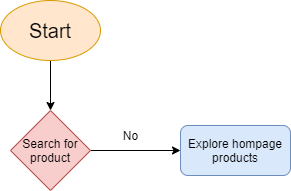
Above: part2/part2.drawio.png in RLinter/wi21-cse110-lab4 (draw.io), before the change. Source tidied: cells renumbered, new cells last; positions are measured from the earlier drawing's top-left corner, leaving out a move shared by most shapes. Its diagram source:
```xml
<mxGraphModel>
  <root>
    <mxCell id="0" />
    <mxCell id="1" parent="0" />
    <mxCell id="2" style="edgeStyle=orthogonalEdgeStyle;rounded=0;jettySize=auto;html=1;exitX=0.5;exitY=1;exitDx=0;exitDy=0;entryX=0.5;entryY=0;entryDx=0;entryDy=0;fontSize=12;fontColor=#000000;" parent="1" edge="1" source="3" target="5">
      <mxGeometry relative="1" as="geometry" />
    </mxCell>
    <mxCell id="3" value="&lt;font style=&quot;font-size: 20px;&quot;&gt;Start&lt;/font&gt;" style="ellipse;whiteSpace=wrap;html=1;fontSize=20;fillColor=#ffe6cc;strokeColor=#d79b00;fontColor=#000000;" parent="1" vertex="1">
      <mxGeometry width="100" height="60" as="geometry" />
    </mxCell>
    <mxCell id="4" style="edgeStyle=orthogonalEdgeStyle;rounded=0;jettySize=auto;html=1;exitX=1;exitY=0.5;exitDx=0;exitDy=0;fontSize=12;fontColor=#000000;" parent="1" edge="1" source="5" target="6">
      <mxGeometry relative="1" as="geometry" />
    </mxCell>
    <mxCell id="5" value="Search for product" style="rhombus;whiteSpace=wrap;html=1;fontSize=12;fillColor=#f8cecc;strokeColor=#b85450;fontColor=#000000;" parent="1" vertex="1">
      <mxGeometry x="10" y="110" width="80" height="80" as="geometry" />
    </mxCell>
    <mxCell id="6" value="Explore hompage products" style="rounded=1;whiteSpace=wrap;html=1;fontSize=12;fillColor=#dae8fc;strokeColor=#6c8ebf;fontColor=#000000;" parent="1" vertex="1">
      <mxGeometry x="180" y="125" width="110" height="50" as="geometry" />
    </mxCell>
    <mxCell id="7" value="No" style="text;html=1;align=center;verticalAlign=middle;fillColor=none;strokeColor=none;rounded=0;fontSize=12;fontColor=#000000;" parent="1" vertex="1">
      <mxGeometry x="115" y="125" width="30" height="20" as="geometry" />
    </mxCell>
  </root>
</mxGraphModel>
```
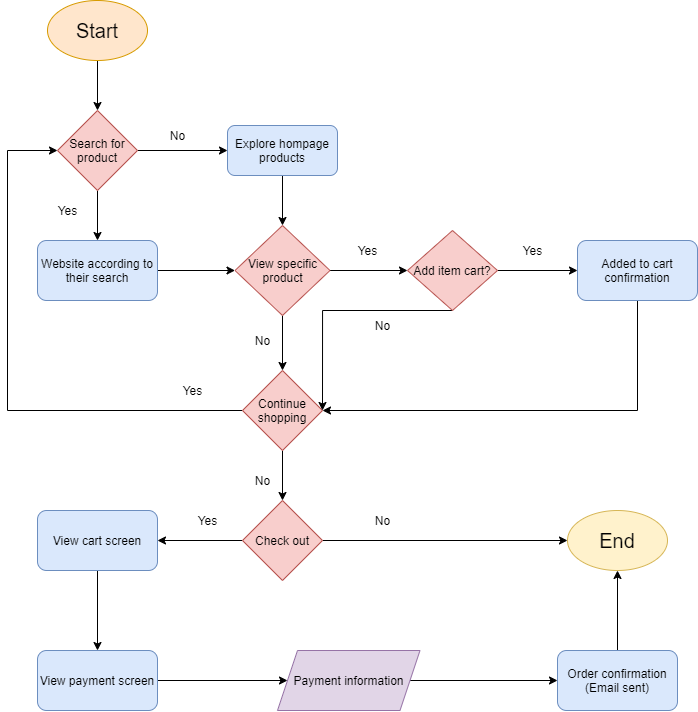
Above is the later version.

Commit message:
Finish Part 2

Change to the diagram source:
```diff
@@ -11,14 +11,131 @@
     <mxCell id="4" style="edgeStyle=orthogonalEdgeStyle;rounded=0;jettySize=auto;html=1;exitX=1;exitY=0.5;exitDx=0;exitDy=0;fontSize=12;fontColor=#000000;" parent="1" edge="1" source="5" target="6">
       <mxGeometry relative="1" as="geometry" />
     </mxCell>
+    <mxCell id="8" style="edgeStyle=orthogonalEdgeStyle;rounded=0;jettySize=auto;html=1;exitX=0.5;exitY=1;exitDx=0;exitDy=0;entryX=0.5;entryY=0;entryDx=0;entryDy=0;fontSize=12;fontColor=#000000;" parent="1" edge="1" source="5" target="11">
+      <mxGeometry relative="1" as="geometry" />
+    </mxCell>
     <mxCell id="5" value="Search for product" style="rhombus;whiteSpace=wrap;html=1;fontSize=12;fillColor=#f8cecc;strokeColor=#b85450;fontColor=#000000;" parent="1" vertex="1">
       <mxGeometry x="10" y="110" width="80" height="80" as="geometry" />
     </mxCell>
+    <mxCell id="9" style="edgeStyle=orthogonalEdgeStyle;rounded=0;jettySize=auto;html=1;exitX=0.5;exitY=1;exitDx=0;exitDy=0;entryX=0.5;entryY=0;entryDx=0;entryDy=0;fontSize=12;fontColor=#000000;" parent="1" edge="1" source="6" target="15">
+      <mxGeometry relative="1" as="geometry" />
+    </mxCell>
     <mxCell id="6" value="Explore hompage products" style="rounded=1;whiteSpace=wrap;html=1;fontSize=12;fillColor=#dae8fc;strokeColor=#6c8ebf;fontColor=#000000;" parent="1" vertex="1">
       <mxGeometry x="180" y="125" width="110" height="50" as="geometry" />
     </mxCell>
     <mxCell id="7" value="No" style="text;html=1;align=center;verticalAlign=middle;fillColor=none;strokeColor=none;rounded=0;fontSize=12;fontColor=#000000;" parent="1" vertex="1">
       <mxGeometry x="115" y="125" width="30" height="20" as="geometry" />
     </mxCell>
+    <mxCell id="10" style="edgeStyle=orthogonalEdgeStyle;rounded=0;jettySize=auto;html=1;exitX=1;exitY=0.5;exitDx=0;exitDy=0;entryX=0;entryY=0.5;entryDx=0;entryDy=0;fontSize=12;fontColor=#000000;" parent="1" edge="1" source="11" target="15">
+      <mxGeometry relative="1" as="geometry" />
+    </mxCell>
+    <mxCell id="11" value="Website according to their search" style="rounded=1;whiteSpace=wrap;html=1;fontSize=12;fillColor=#dae8fc;strokeColor=#6c8ebf;fontColor=#000000;" parent="1" vertex="1">
+      <mxGeometry x="-10" y="240" width="120" height="60" as="geometry" />
+    </mxCell>
+    <mxCell id="12" value="Yes" style="text;html=1;align=center;verticalAlign=middle;fillColor=none;strokeColor=none;rounded=0;fontSize=12;fontColor=#000000;" parent="1" vertex="1">
+      <mxGeometry x="5" y="200" width="30" height="20" as="geometry" />
+    </mxCell>
+    <mxCell id="13" style="edgeStyle=orthogonalEdgeStyle;rounded=0;jettySize=auto;html=1;exitX=0.5;exitY=1;exitDx=0;exitDy=0;entryX=0.5;entryY=0;entryDx=0;entryDy=0;fontSize=12;fontColor=#000000;" parent="1" edge="1" source="15" target="18">
+      <mxGeometry relative="1" as="geometry" />
+    </mxCell>
+    <mxCell id="14" style="edgeStyle=orthogonalEdgeStyle;rounded=0;jettySize=auto;html=1;exitX=1;exitY=0.5;exitDx=0;exitDy=0;entryX=0;entryY=0.5;entryDx=0;entryDy=0;fontSize=12;fontColor=#000000;" parent="1" edge="1" source="15" target="22">
+      <mxGeometry relative="1" as="geometry" />
+    </mxCell>
+    <mxCell id="15" value="View specific product" style="rhombus;whiteSpace=wrap;html=1;fontSize=12;fillColor=#f8cecc;strokeColor=#b85450;fontColor=#000000;" parent="1" vertex="1">
+      <mxGeometry x="187.5" y="225" width="95" height="90" as="geometry" />
+    </mxCell>
+    <mxCell id="16" style="edgeStyle=orthogonalEdgeStyle;rounded=0;jettySize=auto;html=1;exitX=0.5;exitY=1;exitDx=0;exitDy=0;entryX=0.5;entryY=0;entryDx=0;entryDy=0;fontSize=12;fontColor=#000000;" parent="1" edge="1" source="18" target="30">
+      <mxGeometry relative="1" as="geometry" />
+    </mxCell>
+    <mxCell id="17" style="edgeStyle=orthogonalEdgeStyle;rounded=0;jettySize=auto;html=1;exitX=0;exitY=0.5;exitDx=0;exitDy=0;entryX=0;entryY=0.5;entryDx=0;entryDy=0;fontSize=12;fontColor=#000000;" parent="1" edge="1" source="18" target="5">
+      <mxGeometry relative="1" as="geometry">
+        <Array as="points">
+          <mxPoint x="-40" y="410" />
+          <mxPoint x="-40" y="150" />
+        </Array>
+      </mxGeometry>
+    </mxCell>
+    <mxCell id="18" value="Continue shopping" style="rhombus;whiteSpace=wrap;html=1;fontSize=12;fillColor=#f8cecc;strokeColor=#b85450;fontColor=#000000;" parent="1" vertex="1">
+      <mxGeometry x="195" y="370" width="80" height="80" as="geometry" />
+    </mxCell>
+    <mxCell id="19" value="No" style="text;html=1;align=center;verticalAlign=middle;fillColor=none;strokeColor=none;rounded=0;fontSize=12;fontColor=#000000;" parent="1" vertex="1">
+      <mxGeometry x="200" y="330" width="30" height="20" as="geometry" />
+    </mxCell>
+    <mxCell id="20" style="edgeStyle=orthogonalEdgeStyle;rounded=0;jettySize=auto;html=1;exitX=1;exitY=0.5;exitDx=0;exitDy=0;entryX=0;entryY=0.5;entryDx=0;entryDy=0;fontSize=12;fontColor=#000000;" parent="1" edge="1" source="22" target="26">
+      <mxGeometry relative="1" as="geometry" />
+    </mxCell>
+    <mxCell id="21" style="edgeStyle=orthogonalEdgeStyle;rounded=0;jettySize=auto;html=1;exitX=0.5;exitY=1;exitDx=0;exitDy=0;entryX=1;entryY=0.5;entryDx=0;entryDy=0;fontSize=12;fontColor=#000000;" parent="1" edge="1" source="22" target="18">
+      <mxGeometry relative="1" as="geometry">
+        <Array as="points">
+          <mxPoint x="275" y="310" />
+        </Array>
+      </mxGeometry>
+    </mxCell>
+    <mxCell id="22" value="Add item cart?" style="rhombus;whiteSpace=wrap;html=1;fontSize=12;fillColor=#f8cecc;strokeColor=#b85450;fontColor=#000000;" parent="1" vertex="1">
+      <mxGeometry x="360" y="230" width="90" height="80" as="geometry" />
+    </mxCell>
+    <mxCell id="23" value="Yes" style="text;html=1;align=center;verticalAlign=middle;fillColor=none;strokeColor=none;rounded=0;fontSize=12;fontColor=#000000;" parent="1" vertex="1">
+      <mxGeometry x="305" y="240" width="30" height="20" as="geometry" />
+    </mxCell>
+    <mxCell id="24" value="No" style="text;html=1;align=center;verticalAlign=middle;fillColor=none;strokeColor=none;rounded=0;fontSize=12;fontColor=#000000;" parent="1" vertex="1">
+      <mxGeometry x="320" y="315" width="30" height="20" as="geometry" />
+    </mxCell>
+    <mxCell id="25" style="edgeStyle=orthogonalEdgeStyle;rounded=0;jettySize=auto;html=1;exitX=0.5;exitY=1;exitDx=0;exitDy=0;entryX=1;entryY=0.5;entryDx=0;entryDy=0;fontSize=12;fontColor=#000000;" parent="1" edge="1" source="26" target="18">
+      <mxGeometry relative="1" as="geometry" />
+    </mxCell>
+    <mxCell id="26" value="Added to cart confirmation" style="rounded=1;whiteSpace=wrap;html=1;fontSize=12;fillColor=#dae8fc;strokeColor=#6c8ebf;fontColor=#000000;" parent="1" vertex="1">
+      <mxGeometry x="530" y="240" width="120" height="60" as="geometry" />
+    </mxCell>
+    <mxCell id="27" value="Yes" style="text;html=1;align=center;verticalAlign=middle;fillColor=none;strokeColor=none;rounded=0;fontSize=12;fontColor=#000000;" parent="1" vertex="1">
+      <mxGeometry x="470" y="240" width="30" height="20" as="geometry" />
+    </mxCell>
+    <mxCell id="28" style="edgeStyle=orthogonalEdgeStyle;rounded=0;jettySize=auto;html=1;exitX=1;exitY=0.5;exitDx=0;exitDy=0;entryX=0;entryY=0.5;entryDx=0;entryDy=0;fontSize=20;fontColor=#000000;" parent="1" edge="1" source="30" target="33">
+      <mxGeometry relative="1" as="geometry" />
+    </mxCell>
+    <mxCell id="29" style="edgeStyle=orthogonalEdgeStyle;rounded=0;jettySize=auto;html=1;exitX=0;exitY=0.5;exitDx=0;exitDy=0;entryX=1;entryY=0.5;entryDx=0;entryDy=0;fontColor=#000000;" parent="1" edge="1" source="30" target="36">
+      <mxGeometry relative="1" as="geometry" />
+    </mxCell>
+    <mxCell id="30" value="Check out" style="rhombus;whiteSpace=wrap;html=1;fontSize=12;fillColor=#f8cecc;strokeColor=#b85450;fontColor=#000000;" parent="1" vertex="1">
+      <mxGeometry x="195" y="500" width="80" height="80" as="geometry" />
+    </mxCell>
+    <mxCell id="31" value="No" style="text;html=1;align=center;verticalAlign=middle;fillColor=none;strokeColor=none;rounded=0;fontSize=12;fontColor=#000000;" parent="1" vertex="1">
+      <mxGeometry x="200" y="470" width="30" height="20" as="geometry" />
+    </mxCell>
+    <mxCell id="32" value="Yes" style="text;html=1;align=center;verticalAlign=middle;fillColor=none;strokeColor=none;rounded=0;fontSize=12;fontColor=#000000;" parent="1" vertex="1">
+      <mxGeometry x="130" y="380" width="30" height="20" as="geometry" />
+    </mxCell>
+    <mxCell id="33" value="End" style="ellipse;whiteSpace=wrap;html=1;fontSize=20;fillColor=#fff2cc;strokeColor=#d6b656;fontColor=#000000;" parent="1" vertex="1">
+      <mxGeometry x="520" y="510" width="100" height="60" as="geometry" />
+    </mxCell>
+    <mxCell id="34" value="No" style="text;html=1;align=center;verticalAlign=middle;fillColor=none;strokeColor=none;rounded=0;fontSize=12;fontColor=#000000;" parent="1" vertex="1">
+      <mxGeometry x="320" y="510" width="30" height="20" as="geometry" />
+    </mxCell>
+    <mxCell id="35" style="edgeStyle=orthogonalEdgeStyle;rounded=0;jettySize=auto;html=1;exitX=0.5;exitY=1;exitDx=0;exitDy=0;entryX=0.5;entryY=0;entryDx=0;entryDy=0;fontColor=#000000;" parent="1" edge="1" source="36" target="39">
+      <mxGeometry relative="1" as="geometry" />
+    </mxCell>
+    <mxCell id="36" value="View cart screen" style="rounded=1;whiteSpace=wrap;html=1;fillColor=#dae8fc;strokeColor=#6c8ebf;fontColor=#000000;" parent="1" vertex="1">
+      <mxGeometry x="-10" y="510" width="120" height="60" as="geometry" />
+    </mxCell>
+    <mxCell id="37" value="Yes" style="text;html=1;align=center;verticalAlign=middle;fillColor=none;strokeColor=none;rounded=0;fontSize=12;fontColor=#000000;" parent="1" vertex="1">
+      <mxGeometry x="145" y="510" width="30" height="20" as="geometry" />
+    </mxCell>
+    <mxCell id="38" style="edgeStyle=orthogonalEdgeStyle;rounded=0;jettySize=auto;html=1;exitX=1;exitY=0.5;exitDx=0;exitDy=0;entryX=0;entryY=0.5;entryDx=0;entryDy=0;fontColor=#000000;" parent="1" edge="1" source="39" target="41">
+      <mxGeometry relative="1" as="geometry" />
+    </mxCell>
+    <mxCell id="39" value="View payment screen" style="rounded=1;whiteSpace=wrap;html=1;fillColor=#dae8fc;strokeColor=#6c8ebf;fontColor=#000000;" parent="1" vertex="1">
+      <mxGeometry x="-10" y="650" width="120" height="60" as="geometry" />
+    </mxCell>
+    <mxCell id="40" style="edgeStyle=orthogonalEdgeStyle;rounded=0;jettySize=auto;html=1;exitX=1;exitY=0.5;exitDx=0;exitDy=0;entryX=0;entryY=0.5;entryDx=0;entryDy=0;fontColor=#000000;" parent="1" edge="1" source="41" target="43">
+      <mxGeometry relative="1" as="geometry" />
+    </mxCell>
+    <mxCell id="41" value="Payment information" style="shape=parallelogram;perimeter=parallelogramPerimeter;whiteSpace=wrap;html=1;fixedSize=1;fillColor=#e1d5e7;strokeColor=#9673a6;fontColor=#000000;" parent="1" vertex="1">
+      <mxGeometry x="230" y="650" width="142.5" height="60" as="geometry" />
+    </mxCell>
+    <mxCell id="42" style="edgeStyle=orthogonalEdgeStyle;rounded=0;jettySize=auto;html=1;exitX=0.5;exitY=0;exitDx=0;exitDy=0;entryX=0.5;entryY=1;entryDx=0;entryDy=0;fontColor=#000000;" parent="1" edge="1" source="43" target="33">
+      <mxGeometry relative="1" as="geometry" />
+    </mxCell>
+    <mxCell id="43" value="Order confirmation (Email sent)" style="rounded=1;whiteSpace=wrap;html=1;fillColor=#dae8fc;strokeColor=#6c8ebf;fontColor=#000000;" parent="1" vertex="1">
+      <mxGeometry x="510" y="650" width="120" height="60" as="geometry" />
+    </mxCell>
   </root>
 </mxGraphModel>
```
